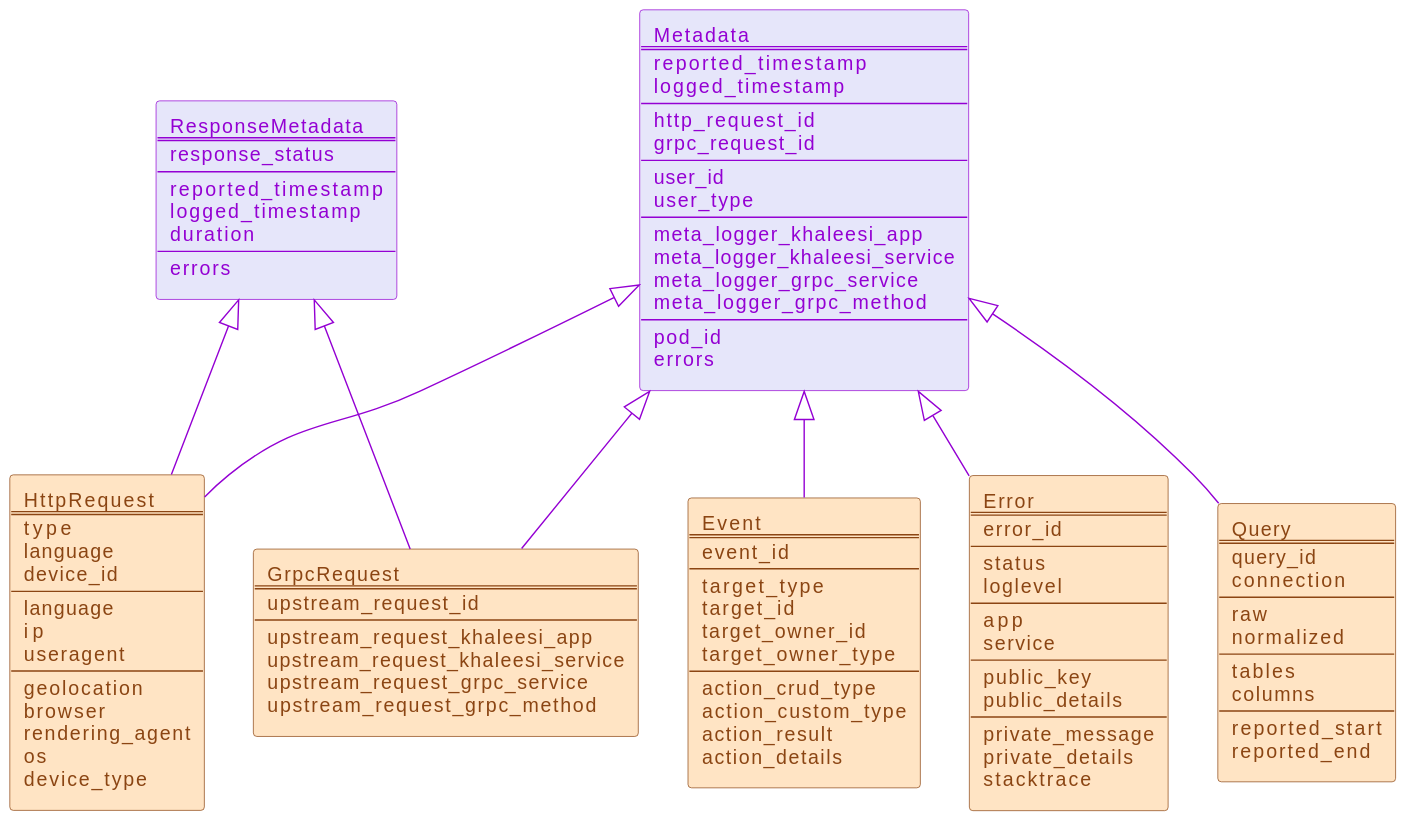
Before: documentation/images/logical-structure/core-sawmill.svg, a diagram exported from PlantUML (LanDinh/khaleesi-ninja).
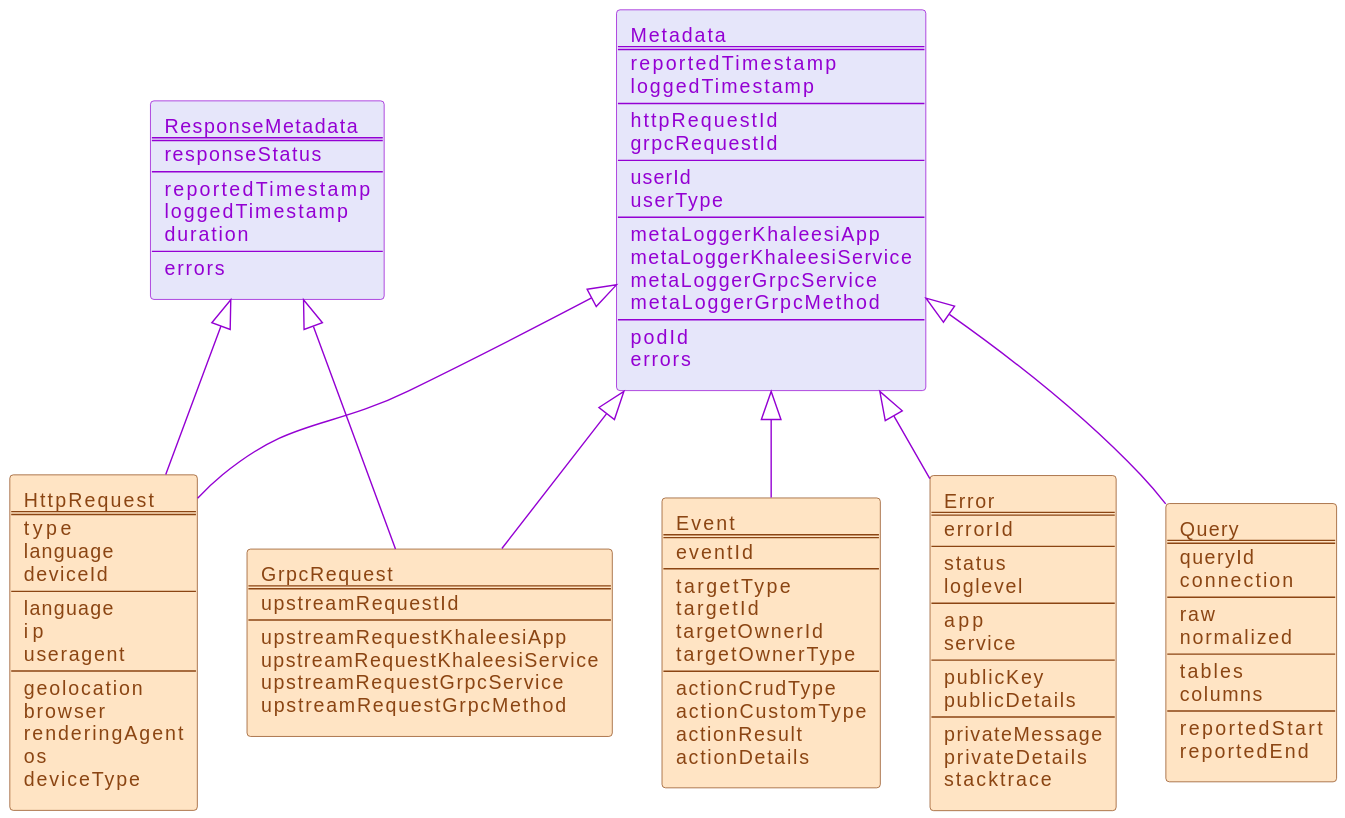
Later version of the same file.

Diff of the diagram source:
```diff
@@ -15,31 +15,31 @@
 agent metadata[
   Metadata
   ====
-  reported_timestamp
-  logged_timestamp
+  reportedTimestamp
+  loggedTimestamp
   ----
-  http_request_id
-  grpc_request_id
+  httpRequestId
+  grpcRequestId
   ----
-  user_id
-  user_type
+  userId
+  userType
   ----
-  meta_logger_khaleesi_app
-  meta_logger_khaleesi_service
-  meta_logger_grpc_service
-  meta_logger_grpc_method
+  metaLoggerKhaleesiApp
+  metaLoggerKhaleesiService
+  metaLoggerGrpcService
+  metaLoggerGrpcMethod
   ----
-  pod_id
+  podId
   errors
 ]
 
 agent response [
   ResponseMetadata
   ====
-  response_status
+  responseStatus
   ----
-  reported_timestamp
-  logged_timestamp
+  reportedTimestamp
+  loggedTimestamp
   duration
   ----
   errors
@@ -48,34 +48,34 @@
 rectangle event [
   Event
   ====
-  event_id
+  eventId
   ----
-  target_type
-  target_id
-  target_owner_id
-  target_owner_type
+  targetType
+  targetId
+  targetOwnerId
+  targetOwnerType
   ----
-  action_crud_type
-  action_custom_type
-  action_result
-  action_details
+  actionCrudType
+  actionCustomType
+  actionResult
+  actionDetails
 ]
 rectangle grpc_request [
   GrpcRequest
   ====
-  upstream_request_id
+  upstreamRequestId
   ----
-  upstream_request_khaleesi_app
-  upstream_request_khaleesi_service
-  upstream_request_grpc_service
-  upstream_request_grpc_method
+  upstreamRequestKhaleesiApp
+  upstreamRequestKhaleesiService
+  upstreamRequestGrpcService
+  upstreamRequestGrpcMethod
 ]
 rectangle http_request [
   HttpRequest
   ====
   type
   language
-  device_id
+  deviceId
   ----
   language
   ip
@@ -83,15 +83,15 @@
   ----
   geolocation
   browser
-  rendering_agent
+  renderingAgent
   os
-  device_type
+  deviceType
 ]
 
 rectangle error [
   Error
   ====
-  error_id
+  errorId
   ----
   status
   loglevel
@@ -99,17 +99,17 @@
   app
   service
   ----
-  public_key
-  public_details
+  publicKey
+  publicDetails
   ----
-  private_message
-  private_details
+  privateMessage
+  privateDetails
   stacktrace
 ]
 rectangle query [
   Query
   ====
-  query_id
+  queryId
   connection
   ----
   raw
@@ -118,8 +118,8 @@
   tables
   columns
   ----
-  reported_start
-  reported_end
+  reportedStart
+  reportedEnd
 ]
 
 metadata ^-- event        #darkviolet;text:darkviolet
```
